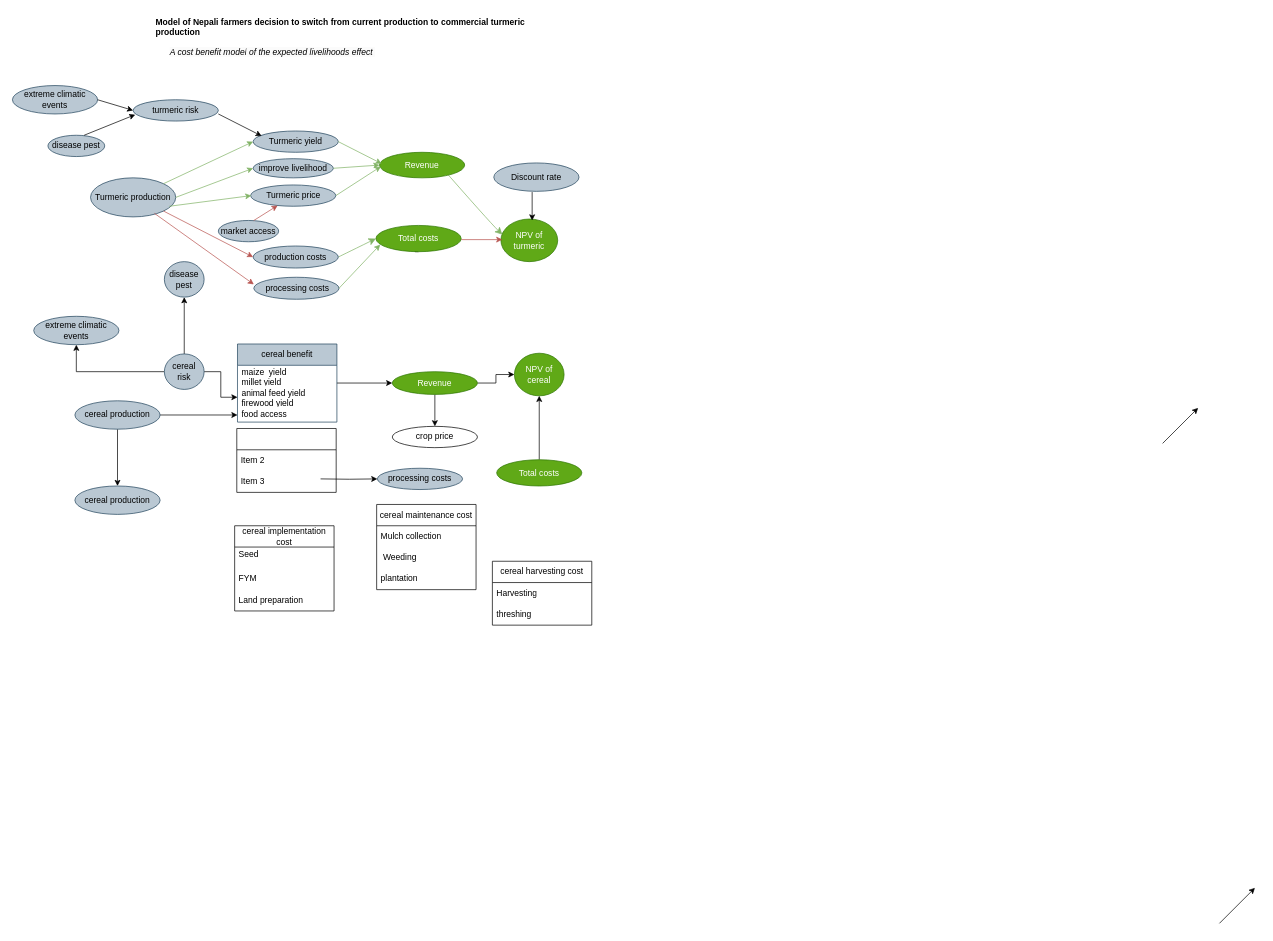
This is farm level.drawio from AditiBista/masterthesis, a draw.io file, before an edit. Source tidied: cells renumbered, new cells numbered last; positions are measured from the earlier drawing's top-left corner, leaving out a move shared by most shapes. Both pictures are drawn from the tidied source at 71%, with x=0, y=0 at pixel (12, 12).
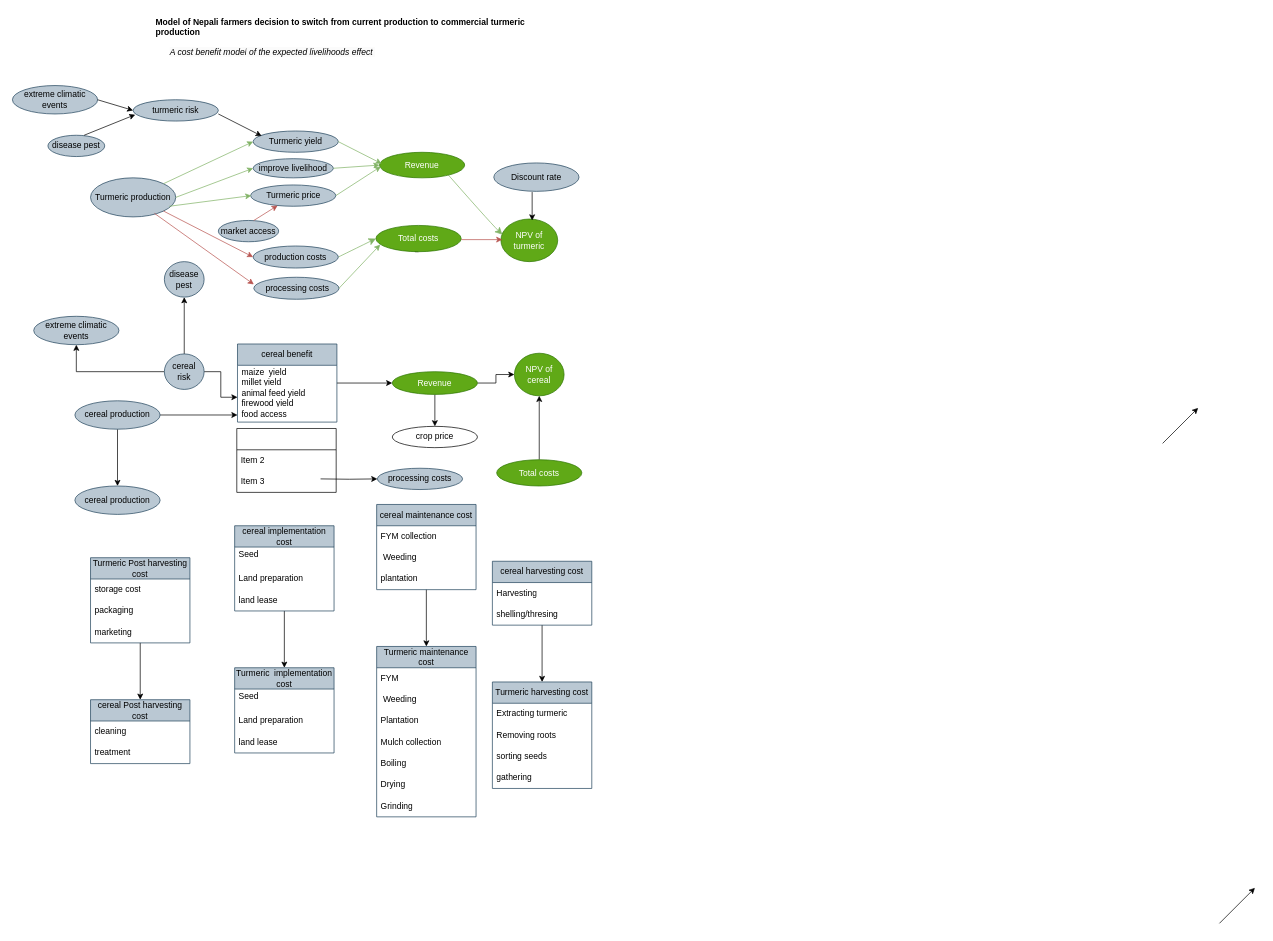
The same diagram, later.

What changed in the source:
```diff
@@
+    <mxCell id="78" style="edgeStyle=orthogonalEdgeStyle;rounded=0;jettySize=auto;html=1;" parent="1" edge="1" source="64" target="86">
+      <mxGeometry relative="1" as="geometry" />
+    </mxCell>
-    <mxCell id="64" value="cereal implementation cost" style="swimlane;fontStyle=0;horizontal=1;startSize=30;whiteSpace=wrap;html=1;" parent="1" vertex="1">
+    <mxCell id="64" value="cereal implementation cost" style="swimlane;fontStyle=0;horizontal=1;startSize=30;whiteSpace=wrap;html=1;fillColor=#bac8d3;strokeColor=#23445d;" parent="1" vertex="1">
       <mxGeometry x="313" y="723" width="140" height="120" as="geometry" />
     </mxCell>
-    <mxCell id="65" value="Seed &amp;nbsp;&amp;nbsp;&lt;br&gt;&amp;nbsp;" style="text;strokeColor=none;fillColor=none;align=left;verticalAlign=middle;spacingLeft=4;spacingRight=4;overflow=hidden;whiteSpace=wrap;html=1;" parent="64" vertex="1">
+    <mxCell id="65" value="Seed &amp;nbsp;&amp;nbsp;&lt;br&gt;&amp;nbsp;&lt;br&gt;&amp;nbsp;" style="text;strokeColor=none;fillColor=none;align=left;verticalAlign=middle;spacingLeft=4;spacingRight=4;overflow=hidden;whiteSpace=wrap;html=1;" parent="64" vertex="1">
       <mxGeometry y="30" width="140" height="30" as="geometry" />
     </mxCell>
+    <mxCell id="67" value="Land preparation" style="text;strokeColor=none;fillColor=none;align=left;verticalAlign=middle;spacingLeft=4;spacingRight=4;overflow=hidden;whiteSpace=wrap;html=1;" parent="64" vertex="1">
+      <mxGeometry y="60" width="140" height="30" as="geometry" />
+    </mxCell>
-    <mxCell id="66" value="FYM" style="text;strokeColor=none;fillColor=none;align=left;verticalAlign=middle;spacingLeft=4;spacingRight=4;overflow=hidden;whiteSpace=wrap;html=1;" parent="64" vertex="1">
-      <mxGeometry y="60" width="140" height="30" as="geometry" />
+    <mxCell id="66" value="land lease" style="text;strokeColor=none;fillColor=none;align=left;verticalAlign=middle;spacingLeft=4;spacingRight=4;overflow=hidden;whiteSpace=wrap;html=1;" parent="64" vertex="1">
+      <mxGeometry y="90" width="140" height="30" as="geometry" />
     </mxCell>
-    <mxCell id="67" value="Land preparation" style="text;strokeColor=none;fillColor=none;align=left;verticalAlign=middle;spacingLeft=4;spacingRight=4;overflow=hidden;whiteSpace=wrap;html=1;" parent="64" vertex="1">
-      <mxGeometry y="90" width="140" height="30" as="geometry" />
-    </mxCell>
@@
+    <mxCell id="79" style="edgeStyle=orthogonalEdgeStyle;rounded=0;jettySize=auto;html=1;" parent="1" edge="1" source="71" target="90">
+      <mxGeometry relative="1" as="geometry" />
+    </mxCell>
-    <mxCell id="71" value="cereal maintenance cost" style="swimlane;fontStyle=0;horizontal=1;startSize=30;whiteSpace=wrap;html=1;" parent="1" vertex="1">
+    <mxCell id="71" value="cereal maintenance cost" style="swimlane;fontStyle=0;horizontal=1;startSize=30;whiteSpace=wrap;html=1;fillColor=#bac8d3;strokeColor=#23445d;" parent="1" vertex="1">
       <mxGeometry x="513" y="693" width="140" height="120" as="geometry" />
     </mxCell>
-    <mxCell id="72" value="Mulch collection" style="text;strokeColor=none;fillColor=none;align=left;verticalAlign=middle;spacingLeft=4;spacingRight=4;overflow=hidden;whiteSpace=wrap;html=1;" parent="71" vertex="1">
+    <mxCell id="72" value="FYM collection" style="text;strokeColor=none;fillColor=none;align=left;verticalAlign=middle;spacingLeft=4;spacingRight=4;overflow=hidden;whiteSpace=wrap;html=1;" parent="71" vertex="1">
       <mxGeometry y="30" width="140" height="30" as="geometry" />
     </mxCell>
-    <mxCell id="73" value="&amp;nbsp;Weeding" style="text;strokeColor=none;fillColor=none;align=left;verticalAlign=middle;spacingLeft=4;spacingRight=4;overflow=hidden;whiteSpace=wrap;html=1;" parent="71" vertex="1">
+    <mxCell id="73" value="&amp;nbsp;Weeding&lt;br&gt;" style="text;strokeColor=none;fillColor=none;align=left;verticalAlign=middle;spacingLeft=4;spacingRight=4;overflow=hidden;whiteSpace=wrap;html=1;" parent="71" vertex="1">
       <mxGeometry y="60" width="140" height="30" as="geometry" />
     </mxCell>
@@
+    <mxCell id="80" style="edgeStyle=orthogonalEdgeStyle;rounded=0;jettySize=auto;html=1;" parent="1" edge="1" source="75" target="98">
+      <mxGeometry relative="1" as="geometry" />
+    </mxCell>
-    <mxCell id="75" value="cereal harvesting cost" style="swimlane;fontStyle=0;horizontal=1;startSize=30;whiteSpace=wrap;html=1;" parent="1" vertex="1">
+    <mxCell id="75" value="cereal harvesting cost" style="swimlane;fontStyle=0;horizontal=1;startSize=30;whiteSpace=wrap;html=1;fillColor=#bac8d3;strokeColor=#23445d;" parent="1" vertex="1">
       <mxGeometry x="676" y="773" width="140" height="90" as="geometry" />
     </mxCell>
@@
-    <mxCell id="77" value="threshing" style="text;strokeColor=none;fillColor=none;align=left;verticalAlign=middle;spacingLeft=4;spacingRight=4;overflow=hidden;whiteSpace=wrap;html=1;" parent="75" vertex="1">
+    <mxCell id="77" value="shelling/thresing" style="text;strokeColor=none;fillColor=none;align=left;verticalAlign=middle;spacingLeft=4;spacingRight=4;overflow=hidden;whiteSpace=wrap;html=1;" parent="75" vertex="1">
       <mxGeometry y="60" width="140" height="30" as="geometry" />
     </mxCell>
+    <mxCell id="81" style="edgeStyle=orthogonalEdgeStyle;rounded=0;jettySize=auto;html=1;" parent="1" edge="1" source="82" target="103">
+      <mxGeometry relative="1" as="geometry" />
+    </mxCell>
+    <mxCell id="82" value="Turmeric Post harvesting cost" style="swimlane;fontStyle=0;horizontal=1;startSize=30;whiteSpace=wrap;html=1;fillColor=#bac8d3;strokeColor=#23445d;" parent="1" vertex="1">
+      <mxGeometry x="110" y="768" width="140" height="120" as="geometry" />
+    </mxCell>
+    <mxCell id="83" value="storage cost" style="text;strokeColor=none;fillColor=none;align=left;verticalAlign=middle;spacingLeft=4;spacingRight=4;overflow=hidden;whiteSpace=wrap;html=1;" parent="82" vertex="1">
+      <mxGeometry y="30" width="140" height="30" as="geometry" />
+    </mxCell>
+    <mxCell id="84" value="packaging" style="text;strokeColor=none;fillColor=none;align=left;verticalAlign=middle;spacingLeft=4;spacingRight=4;overflow=hidden;whiteSpace=wrap;html=1;" parent="82" vertex="1">
+      <mxGeometry y="60" width="140" height="30" as="geometry" />
+    </mxCell>
+    <mxCell id="85" value="marketing" style="text;strokeColor=none;fillColor=none;align=left;verticalAlign=middle;spacingLeft=4;spacingRight=4;overflow=hidden;whiteSpace=wrap;html=1;" parent="82" vertex="1">
+      <mxGeometry y="90" width="140" height="30" as="geometry" />
+    </mxCell>
+    <mxCell id="86" value="Turmeric &amp;nbsp;implementation cost" style="swimlane;fontStyle=0;horizontal=1;startSize=30;whiteSpace=wrap;html=1;fillColor=#bac8d3;strokeColor=#23445d;" parent="1" vertex="1">
+      <mxGeometry x="313" y="923" width="140" height="120" as="geometry" />
+    </mxCell>
+    <mxCell id="87" value="Seed &amp;nbsp;&amp;nbsp;&lt;br&gt;&amp;nbsp;&lt;br&gt;&amp;nbsp;" style="text;strokeColor=none;fillColor=none;align=left;verticalAlign=middle;spacingLeft=4;spacingRight=4;overflow=hidden;whiteSpace=wrap;html=1;" parent="86" vertex="1">
+      <mxGeometry y="30" width="140" height="30" as="geometry" />
+    </mxCell>
+    <mxCell id="88" value="Land preparation" style="text;strokeColor=none;fillColor=none;align=left;verticalAlign=middle;spacingLeft=4;spacingRight=4;overflow=hidden;whiteSpace=wrap;html=1;" parent="86" vertex="1">
+      <mxGeometry y="60" width="140" height="30" as="geometry" />
+    </mxCell>
+    <mxCell id="89" value="land lease" style="text;strokeColor=none;fillColor=none;align=left;verticalAlign=middle;spacingLeft=4;spacingRight=4;overflow=hidden;whiteSpace=wrap;html=1;" parent="86" vertex="1">
+      <mxGeometry y="90" width="140" height="30" as="geometry" />
+    </mxCell>
+    <mxCell id="90" value="Turmeric maintenance cost" style="swimlane;fontStyle=0;horizontal=1;startSize=30;whiteSpace=wrap;html=1;fillColor=#bac8d3;strokeColor=#23445d;" parent="1" vertex="1">
+      <mxGeometry x="513" y="893" width="140" height="240" as="geometry" />
+    </mxCell>
+    <mxCell id="91" value="FYM &lt;br&gt;" style="text;strokeColor=none;fillColor=none;align=left;verticalAlign=middle;spacingLeft=4;spacingRight=4;overflow=hidden;whiteSpace=wrap;html=1;" parent="90" vertex="1">
+      <mxGeometry y="30" width="140" height="30" as="geometry" />
+    </mxCell>
+    <mxCell id="92" value="&amp;nbsp;Weeding&lt;br&gt;" style="text;strokeColor=none;fillColor=none;align=left;verticalAlign=middle;spacingLeft=4;spacingRight=4;overflow=hidden;whiteSpace=wrap;html=1;" parent="90" vertex="1">
+      <mxGeometry y="60" width="140" height="30" as="geometry" />
+    </mxCell>
+    <mxCell id="93" value="Plantation" style="text;strokeColor=none;fillColor=none;align=left;verticalAlign=middle;spacingLeft=4;spacingRight=4;overflow=hidden;whiteSpace=wrap;html=1;" parent="90" vertex="1">
+      <mxGeometry y="90" width="140" height="30" as="geometry" />
+    </mxCell>
+    <mxCell id="94" value="Mulch collection" style="text;strokeColor=none;fillColor=none;align=left;verticalAlign=middle;spacingLeft=4;spacingRight=4;overflow=hidden;whiteSpace=wrap;html=1;" parent="90" vertex="1">
+      <mxGeometry y="120" width="140" height="30" as="geometry" />
+    </mxCell>
+    <mxCell id="95" value="Boiling" style="text;strokeColor=none;fillColor=none;align=left;verticalAlign=middle;spacingLeft=4;spacingRight=4;overflow=hidden;whiteSpace=wrap;html=1;" parent="90" vertex="1">
+      <mxGeometry y="150" width="140" height="30" as="geometry" />
+    </mxCell>
+    <mxCell id="96" value="Drying" style="text;strokeColor=none;fillColor=none;align=left;verticalAlign=middle;spacingLeft=4;spacingRight=4;overflow=hidden;whiteSpace=wrap;html=1;" parent="90" vertex="1">
+      <mxGeometry y="180" width="140" height="30" as="geometry" />
+    </mxCell>
+    <mxCell id="97" value="Grinding" style="text;strokeColor=none;fillColor=none;align=left;verticalAlign=middle;spacingLeft=4;spacingRight=4;overflow=hidden;whiteSpace=wrap;html=1;" parent="90" vertex="1">
+      <mxGeometry y="210" width="140" height="30" as="geometry" />
+    </mxCell>
+    <mxCell id="98" value="Turmeric harvesting cost" style="swimlane;fontStyle=0;horizontal=1;startSize=30;whiteSpace=wrap;html=1;fillColor=#bac8d3;strokeColor=#23445d;" parent="1" vertex="1">
+      <mxGeometry x="676" y="943" width="140" height="150" as="geometry" />
+    </mxCell>
+    <mxCell id="99" value="Extracting turmeric" style="text;strokeColor=none;fillColor=none;align=left;verticalAlign=middle;spacingLeft=4;spacingRight=4;overflow=hidden;whiteSpace=wrap;html=1;" parent="98" vertex="1">
+      <mxGeometry y="30" width="140" height="30" as="geometry" />
+    </mxCell>
+    <mxCell id="100" value="Removing roots" style="text;strokeColor=none;fillColor=none;align=left;verticalAlign=middle;spacingLeft=4;spacingRight=4;overflow=hidden;whiteSpace=wrap;html=1;" parent="98" vertex="1">
+      <mxGeometry y="60" width="140" height="30" as="geometry" />
+    </mxCell>
+    <mxCell id="101" value="sorting seeds" style="text;strokeColor=none;fillColor=none;align=left;verticalAlign=middle;spacingLeft=4;spacingRight=4;overflow=hidden;whiteSpace=wrap;html=1;" parent="98" vertex="1">
+      <mxGeometry y="90" width="140" height="30" as="geometry" />
+    </mxCell>
+    <mxCell id="102" value="gathering" style="text;strokeColor=none;fillColor=none;align=left;verticalAlign=middle;spacingLeft=4;spacingRight=4;overflow=hidden;whiteSpace=wrap;html=1;" parent="98" vertex="1">
+      <mxGeometry y="120" width="140" height="30" as="geometry" />
+    </mxCell>
+    <mxCell id="103" value="cereal Post harvesting cost" style="swimlane;fontStyle=0;horizontal=1;startSize=30;whiteSpace=wrap;html=1;fillColor=#bac8d3;strokeColor=#23445d;" parent="1" vertex="1">
+      <mxGeometry x="110" y="968" width="140" height="90" as="geometry" />
+    </mxCell>
+    <mxCell id="104" value="cleaning" style="text;strokeColor=none;fillColor=none;align=left;verticalAlign=middle;spacingLeft=4;spacingRight=4;overflow=hidden;whiteSpace=wrap;html=1;" parent="103" vertex="1">
+      <mxGeometry y="30" width="140" height="30" as="geometry" />
+    </mxCell>
+    <mxCell id="105" value="treatment" style="text;strokeColor=none;fillColor=none;align=left;verticalAlign=middle;spacingLeft=4;spacingRight=4;overflow=hidden;whiteSpace=wrap;html=1;" parent="103" vertex="1">
+      <mxGeometry y="60" width="140" height="30" as="geometry" />
+    </mxCell>
```
